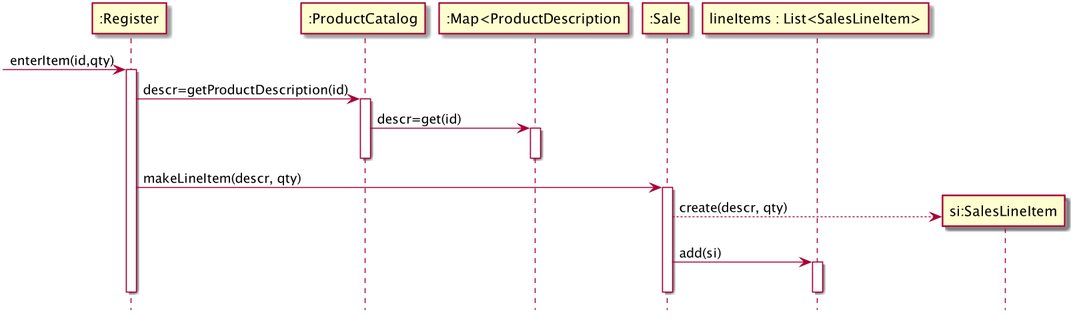
Above: Lectures/FInteractionToCode.png in bth-dipt-teaching/PA1458-OO-Design (PlantUML), before the change.
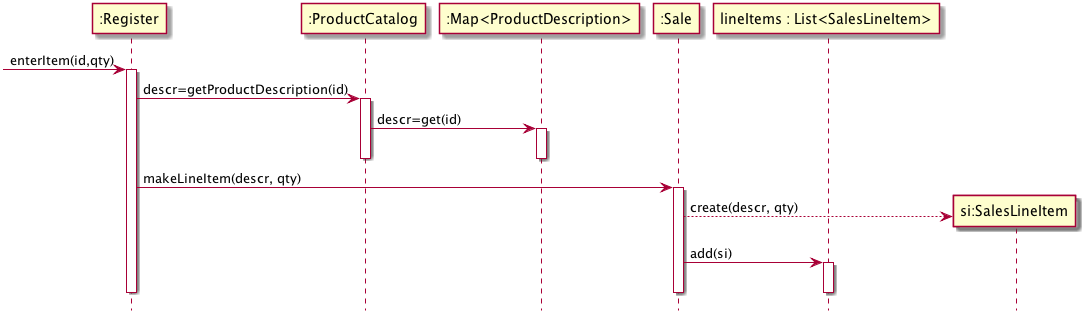
After the change.

The edit, as a diff of the source:
```diff
@@ -1,9 +1,8 @@
 @startuml
-scale 1.5
 hide footbox
 participant ":Register" as reg
 participant ":ProductCatalog"  as pc
-participant ":Map<ProductDescription" as pdm
+participant ":Map<ProductDescription>" as pdm
 participant ":Sale" as sale
 participant "lineItems : List<SalesLineItem>" as slil
 
```
